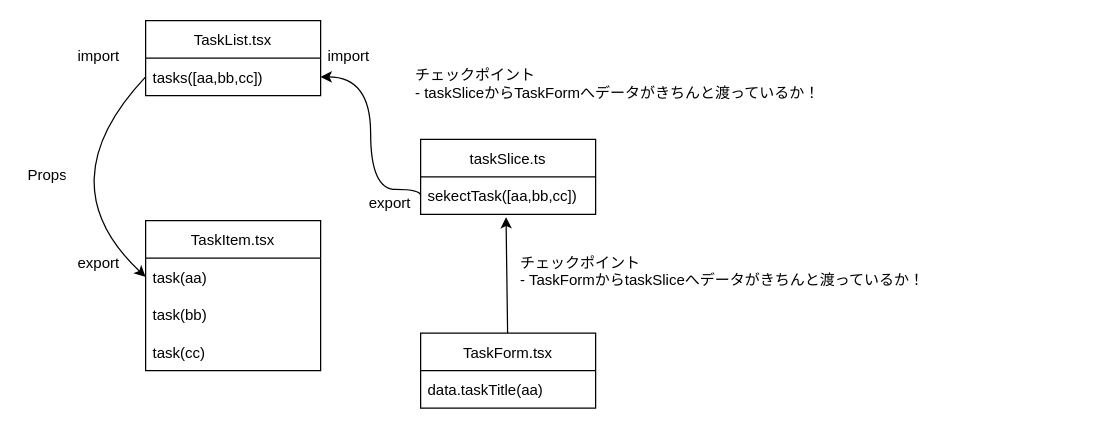
Before: page "ページ1" (1 of 2) of documents/dataFlow.dio in Yuta-Tsutsumi/todokit-todo, a draw.io diagram. Source tidied: cells renumbered, new cells numbered last; positions are measured from the earlier drawing's top-left corner, leaving out a move shared by most shapes. Both pictures are drawn from the tidied source at 125%, with x=0, y=0 at pixel (20, 20).
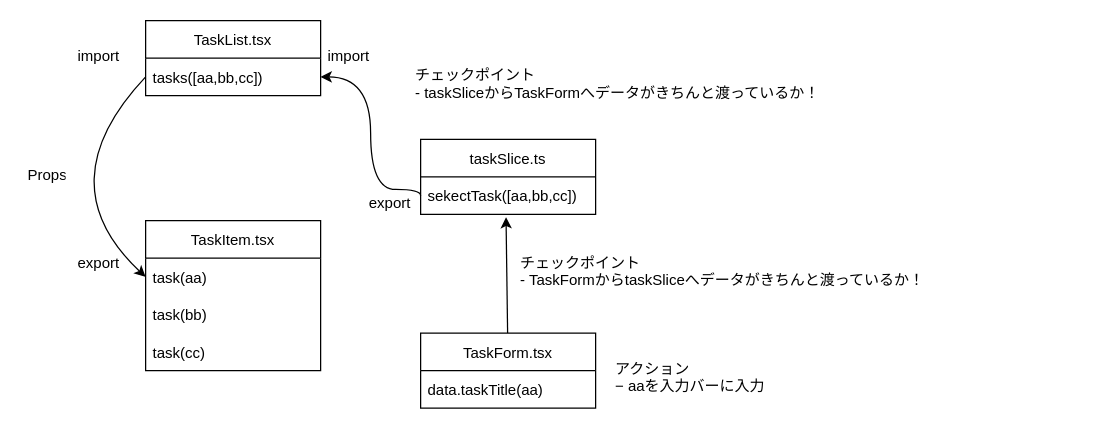
Above is the later version.

Commit message:
フロー図の更新

What changed in the source:
```diff
@@
+    <mxCell id="22" value="アクション&#10;− aaを入力バーに入力" style="text;strokeColor=none;fillColor=none;spacingLeft=4;spacingRight=4;overflow=hidden;fontSize=12;" parent="1" vertex="1">
+      <mxGeometry x="470" y="265" width="150" height="45" as="geometry" />
+    </mxCell>
```
